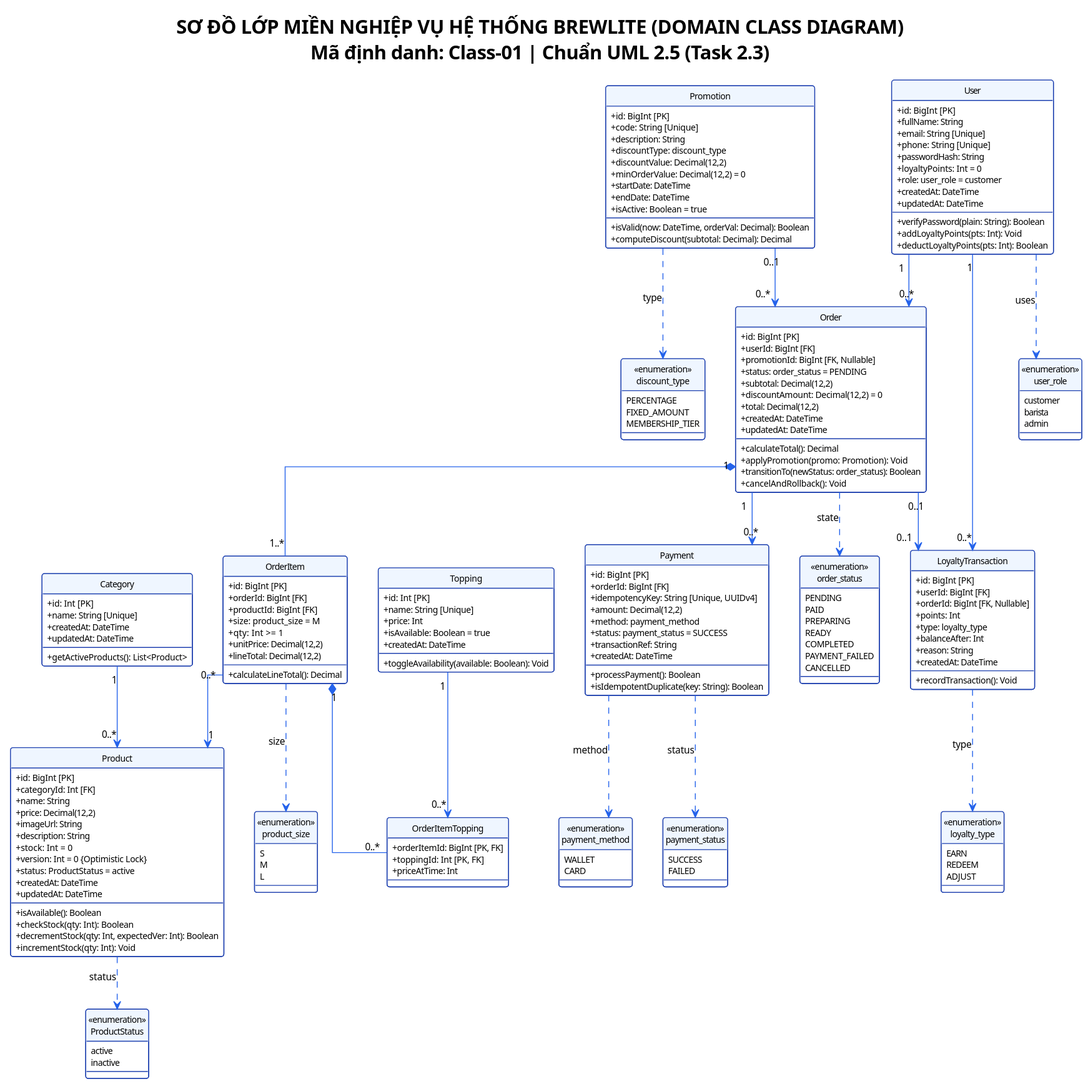
The PlantUML diagram docs/diagrams/class-diagram.svg in Phucdang-gif/Assignment2, before a commit.
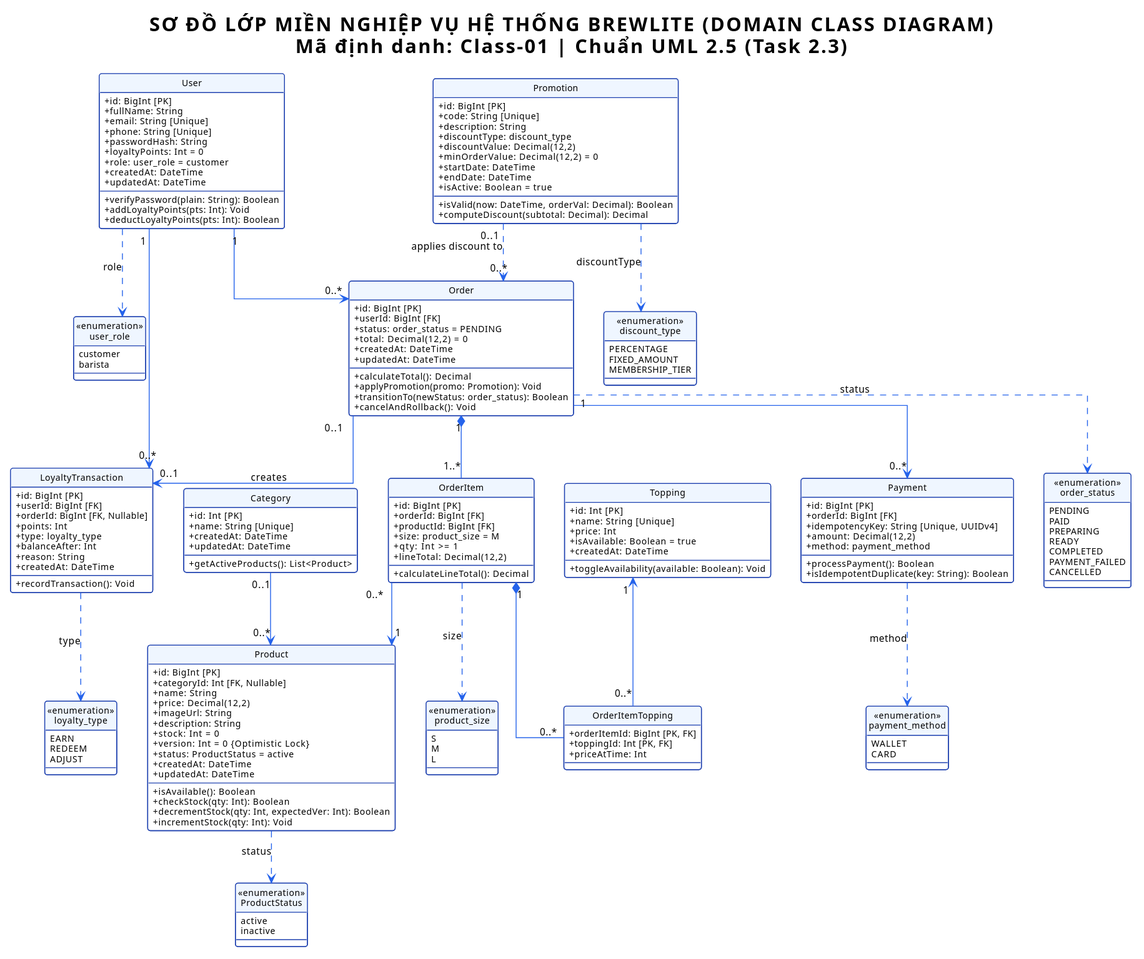
After the change.

Diff of the diagram source:
```diff
@@ -57,7 +57,7 @@
 
 class Product {
     + id: BigInt [PK]
-    + categoryId: Int [FK]
+    + categoryId: Int [FK, Nullable]
     + name: String
     + price: Decimal(12,2)
     + imageUrl: String
@@ -87,11 +87,8 @@
 class Order {
     + id: BigInt [PK]
     + userId: BigInt [FK]
-    + promotionId: BigInt [FK, Nullable]
     + status: order_status = PENDING
-    + subtotal: Decimal(12,2)
-    + discountAmount: Decimal(12,2) = 0
-    + total: Decimal(12,2)
+    + total: Decimal(12,2) = 0
     + createdAt: DateTime
     + updatedAt: DateTime
     --
@@ -107,7 +104,6 @@
     + productId: BigInt [FK]
     + size: product_size = M
     + qty: Int >= 1
-    + unitPrice: Decimal(12,2)
     + lineTotal: Decimal(12,2)
     --
     + calculateLineTotal(): Decimal
@@ -125,9 +121,6 @@
     + idempotencyKey: String [Unique, UUIDv4]
     + amount: Decimal(12,2)
     + method: payment_method
-    + status: payment_status = SUCCESS
-    + transactionRef: String
-    + createdAt: DateTime
     --
     + processPayment(): Boolean
     + isIdempotentDuplicate(key: String): Boolean
@@ -165,7 +158,6 @@
 enum "<<enumeration>>\nuser_role" as user_role {
     customer
     barista
-    admin
 }
 
 enum "<<enumeration>>\norder_status" as order_status {
@@ -181,11 +173,6 @@
 enum "<<enumeration>>\npayment_method" as payment_method {
     WALLET
     CARD
-}
-
-enum "<<enumeration>>\npayment_status" as payment_status {
-    SUCCESS
-    FAILED
 }
 
 enum "<<enumeration>>\nproduct_size" as product_size {
@@ -212,7 +199,7 @@
 }
 
 
-Category "1" --> "0..*" Product
+Category "0..1" --> "0..*" Product
 OrderItem "0..*" --> "1" Product
 
 User "1" --> "0..*" Order
@@ -220,19 +207,18 @@
 
 Order "1" *-- "1..*" OrderItem
 OrderItem "1" *-- "0..*" OrderItemTopping
-Topping "1" --> "0..*" OrderItemTopping
+Topping "1" <-- "0..*" OrderItemTopping
 
 Order "1" --> "0..*" Payment
-Promotion "0..1" --> "0..*" Order
-Order "0..1" --> "0..1" LoyaltyTransaction
+Promotion "0..1" ..> "0..*" Order : applies discount to
+Order "0..1" --> "0..1" LoyaltyTransaction : creates
 
 
-User ..> user_role : uses
+User ..> user_role : role
 Product ..> ProductStatus : status
-Order ..> order_status : state
+Order ..> order_status : status
 OrderItem ..> product_size : size
 Payment ..> payment_method : method
-Payment ..> payment_status : status
-Promotion ..> discount_type : type
+Promotion ..> discount_type : discountType
 LoyaltyTransaction ..> loyalty_type : type
 @enduml
```
